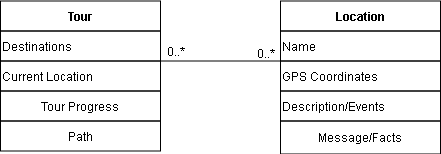
calvin-cs262-fall2020-teamb/CampusCrawl-project keeps this draw.io diagram as images/domainModel.png. Above is the earlier version. Source tidied: cells renumbered, new cells last; positions are measured from the earlier drawing's top-left corner, leaving out a move shared by most shapes. Source of this version:
```xml
<mxGraphModel background="#ffffff">
  <root>
    <mxCell id="0" />
    <mxCell id="1" parent="0" />
    <mxCell id="2" value="Message/Facts" style="rounded=0;whiteSpace=wrap;html=1;fillColor=none;" parent="1" vertex="1">
      <mxGeometry x="280" y="119.5" width="160" height="33" as="geometry" />
    </mxCell>
    <mxCell id="3" value="Path" style="rounded=0;whiteSpace=wrap;html=1;fillColor=none;" parent="1" vertex="1">
      <mxGeometry y="119.5" width="160" height="30" as="geometry" />
    </mxCell>
    <mxCell id="4" value="0..*" style="text;html=1;align=center;verticalAlign=middle;" parent="1" vertex="1">
      <mxGeometry x="160" y="39.5" width="30" height="20" as="geometry" />
    </mxCell>
    <mxCell id="5" value="0..*" style="text;html=1;align=center;verticalAlign=middle;" parent="1" vertex="1">
      <mxGeometry x="250" y="42" width="30" height="20" as="geometry" />
    </mxCell>
    <mxCell id="6" value="Location" style="rounded=0;whiteSpace=wrap;html=1;fillColor=none;fontStyle=1;" parent="1" vertex="1">
      <mxGeometry x="280" y="-0.5" width="160" height="30" as="geometry" />
    </mxCell>
    <mxCell id="7" value="Name" style="rounded=0;whiteSpace=wrap;html=1;fillColor=none;align=left;" parent="1" vertex="1">
      <mxGeometry x="280" y="29.5" width="160" height="30" as="geometry" />
    </mxCell>
    <mxCell id="8" value="GPS Coordinates" style="rounded=0;whiteSpace=wrap;html=1;fillColor=none;align=left;" parent="1" vertex="1">
      <mxGeometry x="280" y="59.5" width="160" height="30" as="geometry" />
    </mxCell>
    <mxCell id="9" value="Description/Events" style="rounded=0;whiteSpace=wrap;html=1;fillColor=none;align=left;" parent="1" vertex="1">
      <mxGeometry x="280" y="89.5" width="160" height="30" as="geometry" />
    </mxCell>
    <mxCell id="10" value="Current Location" style="rounded=0;whiteSpace=wrap;html=1;fillColor=none;align=left;" parent="1" vertex="1">
      <mxGeometry y="59.5" width="160" height="30" as="geometry" />
    </mxCell>
    <mxCell id="11" value="Destinations" style="rounded=0;whiteSpace=wrap;html=1;fillColor=none;align=left;" parent="1" vertex="1">
      <mxGeometry y="29.5" width="160" height="30" as="geometry" />
    </mxCell>
    <mxCell id="12" value="Tour" style="rounded=0;whiteSpace=wrap;html=1;fillColor=none;fontStyle=1;" parent="1" vertex="1">
      <mxGeometry y="-0.5" width="160" height="30" as="geometry" />
    </mxCell>
    <mxCell id="13" value="Tour Progress" style="rounded=0;whiteSpace=wrap;html=1;fillColor=none;" parent="1" vertex="1">
      <mxGeometry y="89.5" width="160" height="30" as="geometry" />
    </mxCell>
    <mxCell id="14" style="endArrow=none;html=1;exitX=1;exitY=0;exitDx=0;exitDy=0;entryX=0;entryY=0;entryDx=0;entryDy=0;" parent="1" edge="1" source="10" target="8">
      <mxGeometry relative="1" as="geometry" />
    </mxCell>
  </root>
</mxGraphModel>
```
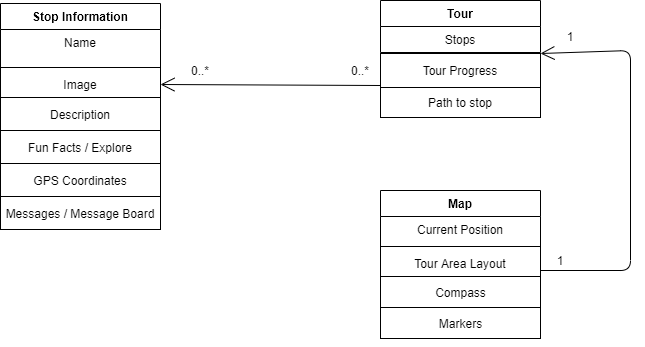
Above is the later version.

Commit message:
Updating domain model

Diff of the diagram source:
```diff
@@ -1,45 +1,89 @@
-<mxGraphModel background="#ffffff">
+<mxGraphModel>
   <root>
     <mxCell id="0" />
     <mxCell id="1" parent="0" />
+    <mxCell id="12" value="Tour" style="swimlane;fontStyle=1;align=center;verticalAlign=top;horizontal=1;startSize=26;" parent="1" vertex="1">
+      <mxGeometry x="280" y="162" width="160" height="52" as="geometry" />
+    </mxCell>
+    <mxCell id="15" value="Stops" style="text;strokeColor=none;fillColor=none;align=center;verticalAlign=top;spacingLeft=4;spacingRight=4;overflow=hidden;" parent="12" vertex="1">
+      <mxGeometry y="26" width="160" height="26" as="geometry" />
+    </mxCell>
+    <mxCell id="13" value="Tour Progress" style="rounded=0;whiteSpace=wrap;html=1;fillColor=none;align=center;" parent="1" vertex="1">
+      <mxGeometry x="280" y="215" width="160" height="34" as="geometry" />
+    </mxCell>
-    <mxCell id="2" value="Message/Facts" style="rounded=0;whiteSpace=wrap;html=1;fillColor=none;" parent="1" vertex="1">
-      <mxGeometry x="280" y="119.5" width="160" height="33" as="geometry" />
+    <mxCell id="2" value="Description" style="rounded=0;whiteSpace=wrap;html=1;fillColor=none;align=center;" parent="1" vertex="1">
+      <mxGeometry x="-100" y="259" width="160" height="33" as="geometry" />
     </mxCell>
+    <mxCell id="16" value="Stop Information" style="swimlane;fontStyle=1;align=center;verticalAlign=top;horizontal=1;startSize=26;" parent="1" vertex="1">
+      <mxGeometry x="-100" y="165" width="160" height="94" as="geometry" />
+    </mxCell>
+    <mxCell id="7" value="Name" style="text;strokeColor=none;fillColor=none;align=center;verticalAlign=top;spacingLeft=4;spacingRight=4;overflow=hidden;" parent="16" vertex="1">
+      <mxGeometry y="26" width="160" height="34" as="geometry" />
+    </mxCell>
+    <mxCell id="17" style="line;strokeWidth=1;fillColor=none;align=left;verticalAlign=middle;spacingTop=-1;spacingLeft=3;spacingRight=3;labelPosition=right;" parent="16" vertex="1">
+      <mxGeometry y="60" width="160" height="8" as="geometry" />
+    </mxCell>
+    <mxCell id="18" value="Image" style="text;strokeColor=none;fillColor=none;align=center;verticalAlign=top;spacingLeft=4;spacingRight=4;overflow=hidden;points=[[0,0.5],[1,0.5]];portConstraint=eastwest;" parent="16" vertex="1">
+      <mxGeometry y="68" width="160" height="26" as="geometry" />
+    </mxCell>
-    <mxCell id="3" value="Path" style="rounded=0;whiteSpace=wrap;html=1;fillColor=none;" parent="1" vertex="1">
-      <mxGeometry y="119.5" width="160" height="30" as="geometry" />
+    <mxCell id="3" value="Path to stop" style="rounded=0;whiteSpace=wrap;html=1;fillColor=none;align=center;" parent="1" vertex="1">
+      <mxGeometry x="280" y="249" width="160" height="30" as="geometry" />
     </mxCell>
-    <mxCell id="4" value="0..*" style="text;html=1;align=center;verticalAlign=middle;" parent="1" vertex="1">
-      <mxGeometry x="160" y="39.5" width="30" height="20" as="geometry" />
-    </mxCell>
-    <mxCell id="5" value="0..*" style="text;html=1;align=center;verticalAlign=middle;" parent="1" vertex="1">
-      <mxGeometry x="250" y="42" width="30" height="20" as="geometry" />
-    </mxCell>
-    <mxCell id="6" value="Location" style="rounded=0;whiteSpace=wrap;html=1;fillColor=none;fontStyle=1;" parent="1" vertex="1">
-      <mxGeometry x="280" y="-0.5" width="160" height="30" as="geometry" />
-    </mxCell>
-    <mxCell id="7" value="Name" style="rounded=0;whiteSpace=wrap;html=1;fillColor=none;align=left;" parent="1" vertex="1">
-      <mxGeometry x="280" y="29.5" width="160" height="30" as="geometry" />
-    </mxCell>
+    <mxCell id="19" value="Fun Facts / Explore" style="rounded=0;whiteSpace=wrap;html=1;fillColor=none;align=center;" parent="1" vertex="1">
+      <mxGeometry x="-100" y="292" width="160" height="33" as="geometry" />
+    </mxCell>
+    <mxCell id="20" style="endArrow=open;endFill=1;endSize=12;html=1;entryX=1;entryY=0.5;entryDx=0;entryDy=0;" parent="1" edge="1" target="18">
+      <mxGeometry relative="1" as="geometry">
+        <mxPoint x="280" y="247" as="sourcePoint" />
+      </mxGeometry>
+    </mxCell>
+    <mxCell id="21" value="0..*" style="text;html=1;strokeColor=none;fillColor=none;align=center;verticalAlign=middle;whiteSpace=wrap;rounded=0;" parent="1" vertex="1">
+      <mxGeometry x="240" y="222" width="40" height="20" as="geometry" />
+    </mxCell>
+    <mxCell id="22" value="0..*" style="text;html=1;strokeColor=none;fillColor=none;align=center;verticalAlign=middle;whiteSpace=wrap;rounded=0;" parent="1" vertex="1">
+      <mxGeometry x="80" y="222" width="40" height="20" as="geometry" />
+    </mxCell>
-    <mxCell id="8" value="GPS Coordinates" style="rounded=0;whiteSpace=wrap;html=1;fillColor=none;align=left;" parent="1" vertex="1">
-      <mxGeometry x="280" y="59.5" width="160" height="30" as="geometry" />
+    <mxCell id="8" value="GPS Coordinates" style="rounded=0;whiteSpace=wrap;html=1;fillColor=none;align=center;" parent="1" vertex="1">
+      <mxGeometry x="-100" y="325" width="160" height="33" as="geometry" />
     </mxCell>
-    <mxCell id="9" value="Description/Events" style="rounded=0;whiteSpace=wrap;html=1;fillColor=none;align=left;" parent="1" vertex="1">
-      <mxGeometry x="280" y="89.5" width="160" height="30" as="geometry" />
-    </mxCell>
-    <mxCell id="10" value="Current Location" style="rounded=0;whiteSpace=wrap;html=1;fillColor=none;align=left;" parent="1" vertex="1">
-      <mxGeometry y="59.5" width="160" height="30" as="geometry" />
-    </mxCell>
-    <mxCell id="11" value="Destinations" style="rounded=0;whiteSpace=wrap;html=1;fillColor=none;align=left;" parent="1" vertex="1">
-      <mxGeometry y="29.5" width="160" height="30" as="geometry" />
-    </mxCell>
-    <mxCell id="12" value="Tour" style="rounded=0;whiteSpace=wrap;html=1;fillColor=none;fontStyle=1;" parent="1" vertex="1">
-      <mxGeometry y="-0.5" width="160" height="30" as="geometry" />
-    </mxCell>
-    <mxCell id="13" value="Tour Progress" style="rounded=0;whiteSpace=wrap;html=1;fillColor=none;" parent="1" vertex="1">
-      <mxGeometry y="89.5" width="160" height="30" as="geometry" />
-    </mxCell>
-    <mxCell id="14" style="endArrow=none;html=1;exitX=1;exitY=0;exitDx=0;exitDy=0;entryX=0;entryY=0;entryDx=0;entryDy=0;" parent="1" edge="1" source="10" target="8">
-      <mxGeometry relative="1" as="geometry" />
-    </mxCell>
+    <mxCell id="23" value="Messages / Message Board" style="rounded=0;whiteSpace=wrap;html=1;fillColor=none;align=center;" parent="1" vertex="1">
+      <mxGeometry x="-100" y="358" width="160" height="33" as="geometry" />
+    </mxCell>
+    <mxCell id="24" value="Map" style="swimlane;fontStyle=1;align=center;verticalAlign=top;horizontal=1;startSize=26;fillColor=none;" parent="1" vertex="1">
+      <mxGeometry x="280" y="352" width="160" height="86" as="geometry" />
+    </mxCell>
+    <mxCell id="25" value="Current Position" style="text;strokeColor=none;fillColor=none;align=center;verticalAlign=top;spacingLeft=4;spacingRight=4;overflow=hidden;" parent="24" vertex="1">
+      <mxGeometry y="26" width="160" height="26" as="geometry" />
+    </mxCell>
+    <mxCell id="26" style="line;strokeWidth=1;fillColor=none;align=left;verticalAlign=middle;spacingTop=-1;spacingLeft=3;spacingRight=3;labelPosition=right;" parent="24" vertex="1">
+      <mxGeometry y="52" width="160" height="8" as="geometry" />
+    </mxCell>
+    <mxCell id="27" value="Tour Area Layout" style="text;strokeColor=none;fillColor=none;align=center;verticalAlign=top;spacingLeft=4;spacingRight=4;overflow=hidden;" parent="24" vertex="1">
+      <mxGeometry y="60" width="160" height="26" as="geometry" />
+    </mxCell>
+    <mxCell id="28" value="Compass" style="html=1;fillColor=none;align=center;" parent="1" vertex="1">
+      <mxGeometry x="280" y="438" width="160" height="31" as="geometry" />
+    </mxCell>
+    <mxCell id="29" value="Markers" style="html=1;fillColor=none;align=center;" parent="1" vertex="1">
+      <mxGeometry x="280" y="469" width="160" height="31" as="geometry" />
+    </mxCell>
+    <mxCell id="30" style="edgeStyle=orthogonalEdgeStyle;rounded=0;orthogonalLoop=1;jettySize=auto;html=1;exitX=0.5;exitY=1;exitDx=0;exitDy=0;" parent="1" edge="1" source="29" target="29">
+      <mxGeometry relative="1" as="geometry" />
+    </mxCell>
+    <mxCell id="31" style="endArrow=open;endFill=1;endSize=12;html=1;entryX=1;entryY=0;entryDx=0;entryDy=0;" parent="1" edge="1" target="13">
+      <mxGeometry relative="1" as="geometry">
+        <mxPoint x="440" y="432" as="sourcePoint" />
+        <Array as="points">
+          <mxPoint x="530" y="432" />
+          <mxPoint x="530" y="212" />
+        </Array>
+      </mxGeometry>
+    </mxCell>
+    <mxCell id="32" value="1" style="text;html=1;strokeColor=none;fillColor=none;align=center;verticalAlign=middle;whiteSpace=wrap;rounded=0;" parent="1" vertex="1">
+      <mxGeometry x="450" y="188" width="40" height="20" as="geometry" />
+    </mxCell>
+    <mxCell id="33" value="1" style="text;html=1;strokeColor=none;fillColor=none;align=center;verticalAlign=middle;whiteSpace=wrap;rounded=0;" parent="1" vertex="1">
+      <mxGeometry x="440" y="412" width="40" height="20" as="geometry" />
+    </mxCell>
   </root>
 </mxGraphModel>
```
